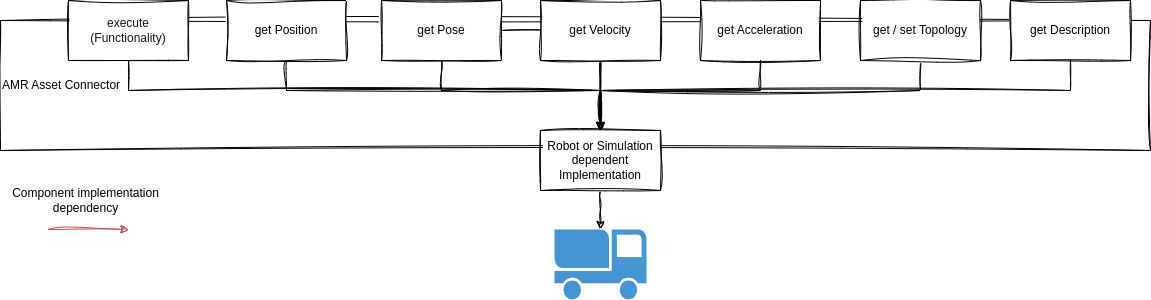
The draw.io diagram applications/docs/img/amr_asset_connector.png in iml130/sola, before a commit. Source tidied: cells renumbered, new cells last; positions are measured from the earlier drawing's top-left corner, leaving out a move shared by most shapes. The source it was exported from:
```xml
<mxGraphModel>
  <root>
    <mxCell id="0" />
    <mxCell id="1" parent="0" />
    <mxCell id="2" value="AMR Asset Connector" style="rounded=0;whiteSpace=wrap;html=1;verticalAlign=middle;align=left;sketch=1;curveFitting=1;jiggle=2;" parent="1" vertex="1">
      <mxGeometry y="20" width="1150" height="130" as="geometry" />
    </mxCell>
    <mxCell id="3" style="edgeStyle=orthogonalEdgeStyle;rounded=0;jettySize=auto;html=1;sketch=1;curveFitting=1;jiggle=2;" parent="1" edge="1" source="4" target="11">
      <mxGeometry relative="1" as="geometry">
        <Array as="points">
          <mxPoint x="128" y="90" />
          <mxPoint x="600" y="90" />
        </Array>
      </mxGeometry>
    </mxCell>
    <mxCell id="4" value="&lt;font color=&quot;#141417&quot;&gt;execute (Functionality)&lt;br&gt;&lt;/font&gt;" style="rounded=0;whiteSpace=wrap;html=1;sketch=1;curveFitting=1;jiggle=2;" parent="1" vertex="1">
      <mxGeometry x="68" width="120" height="60" as="geometry" />
    </mxCell>
    <mxCell id="5" style="edgeStyle=orthogonalEdgeStyle;rounded=0;jettySize=auto;html=1;sketch=1;curveFitting=1;jiggle=2;" parent="1" edge="1" source="6" target="11">
      <mxGeometry relative="1" as="geometry">
        <Array as="points">
          <mxPoint x="286" y="90" />
          <mxPoint x="600" y="90" />
        </Array>
      </mxGeometry>
    </mxCell>
    <mxCell id="6" value="get Position" style="rounded=0;whiteSpace=wrap;html=1;sketch=1;curveFitting=1;jiggle=2;" parent="1" vertex="1">
      <mxGeometry x="226" width="120" height="60" as="geometry" />
    </mxCell>
    <mxCell id="7" style="edgeStyle=orthogonalEdgeStyle;rounded=0;jettySize=auto;html=1;sketch=1;curveFitting=1;jiggle=2;" parent="1" edge="1" source="9" target="11">
      <mxGeometry relative="1" as="geometry" />
    </mxCell>
    <mxCell id="8" style="edgeStyle=orthogonalEdgeStyle;rounded=0;jettySize=auto;html=1;entryX=0.5;entryY=0;entryDx=0;entryDy=0;sketch=1;curveFitting=1;jiggle=2;" parent="1" edge="1" source="9" target="11">
      <mxGeometry relative="1" as="geometry">
        <Array as="points">
          <mxPoint x="441" y="90" />
          <mxPoint x="600" y="90" />
        </Array>
      </mxGeometry>
    </mxCell>
    <mxCell id="9" value="get Pose" style="rounded=0;whiteSpace=wrap;html=1;sketch=1;curveFitting=1;jiggle=2;" parent="1" vertex="1">
      <mxGeometry x="381" width="120" height="60" as="geometry" />
    </mxCell>
    <mxCell id="10" style="edgeStyle=orthogonalEdgeStyle;rounded=0;jettySize=auto;html=1;sketch=1;curveFitting=1;jiggle=2;" parent="1" edge="1" source="11" target="14">
      <mxGeometry relative="1" as="geometry" />
    </mxCell>
    <mxCell id="11" value="Robot or Simulation dependent Implementation" style="rounded=0;whiteSpace=wrap;html=1;sketch=1;curveFitting=1;jiggle=2;" parent="1" vertex="1">
      <mxGeometry x="540" y="130" width="120" height="60" as="geometry" />
    </mxCell>
    <mxCell id="12" style="orthogonalLoop=1;jettySize=auto;html=1;sketch=1;curveFitting=1;jiggle=2;fillColor=#f8cecc;strokeColor=#b85450;rounded=0;" parent="1" edge="1">
      <mxGeometry relative="1" as="geometry">
        <mxPoint x="47.4" y="229" as="sourcePoint" />
        <mxPoint x="128.4" y="229" as="targetPoint" />
      </mxGeometry>
    </mxCell>
    <mxCell id="13" value="Component implementation &lt;br&gt;dependency" style="text;html=1;align=center;verticalAlign=middle;strokeColor=none;fillColor=none;" parent="1" vertex="1">
      <mxGeometry y="180" width="170" height="40" as="geometry" />
    </mxCell>
    <mxCell id="14" style="shadow=0;dashed=0;html=1;strokeColor=none;fillColor=#4495D1;labelPosition=center;verticalLabelPosition=bottom;verticalAlign=top;align=center;outlineConnect=0;shape=mxgraph.veeam.transportation;strokeWidth=1;perimeterSpacing=0;" parent="1" vertex="1">
      <mxGeometry x="554" y="229" width="92" height="70" as="geometry" />
    </mxCell>
    <mxCell id="15" style="edgeStyle=orthogonalEdgeStyle;rounded=0;jettySize=auto;html=1;sketch=1;curveFitting=1;jiggle=2;" parent="1" edge="1" source="16" target="11">
      <mxGeometry relative="1" as="geometry">
        <Array as="points">
          <mxPoint x="600" y="90" />
          <mxPoint x="600" y="90" />
        </Array>
      </mxGeometry>
    </mxCell>
    <mxCell id="16" value="get Velocity" style="rounded=0;whiteSpace=wrap;html=1;sketch=1;curveFitting=1;jiggle=2;" parent="1" vertex="1">
      <mxGeometry x="540" width="120" height="60" as="geometry" />
    </mxCell>
    <mxCell id="17" style="edgeStyle=orthogonalEdgeStyle;rounded=0;jettySize=auto;html=1;sketch=1;curveFitting=1;jiggle=2;" parent="1" edge="1" source="18" target="11">
      <mxGeometry relative="1" as="geometry">
        <Array as="points">
          <mxPoint x="760" y="90" />
          <mxPoint x="600" y="90" />
        </Array>
      </mxGeometry>
    </mxCell>
    <mxCell id="18" value="get Acceleration" style="rounded=0;whiteSpace=wrap;html=1;sketch=1;curveFitting=1;jiggle=2;" parent="1" vertex="1">
      <mxGeometry x="700" width="120" height="60" as="geometry" />
    </mxCell>
    <mxCell id="19" style="edgeStyle=orthogonalEdgeStyle;rounded=0;jettySize=auto;html=1;sketch=1;curveFitting=1;jiggle=2;" parent="1" edge="1" source="20" target="11">
      <mxGeometry relative="1" as="geometry">
        <Array as="points">
          <mxPoint x="920" y="90" />
          <mxPoint x="600" y="90" />
        </Array>
      </mxGeometry>
    </mxCell>
    <mxCell id="20" value="get / set Topology" style="rounded=0;whiteSpace=wrap;html=1;sketch=1;curveFitting=1;jiggle=2;" parent="1" vertex="1">
      <mxGeometry x="860" width="120" height="60" as="geometry" />
    </mxCell>
    <mxCell id="21" style="edgeStyle=orthogonalEdgeStyle;rounded=0;jettySize=auto;html=1;sketch=1;curveFitting=1;jiggle=2;" parent="1" edge="1" source="22" target="11">
      <mxGeometry relative="1" as="geometry">
        <Array as="points">
          <mxPoint x="1070" y="90" />
          <mxPoint x="600" y="90" />
        </Array>
      </mxGeometry>
    </mxCell>
    <mxCell id="22" value="get Description" style="rounded=0;whiteSpace=wrap;html=1;sketch=1;curveFitting=1;jiggle=2;" parent="1" vertex="1">
      <mxGeometry x="1010" width="120" height="60" as="geometry" />
    </mxCell>
  </root>
</mxGraphModel>
```
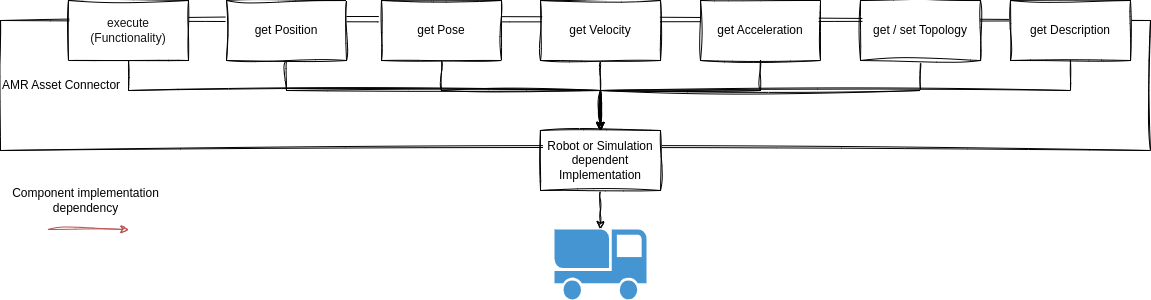
After the commit.

Change to the diagram source:
```diff
@@ -5,7 +5,7 @@
     <mxCell id="2" value="AMR Asset Connector" style="rounded=0;whiteSpace=wrap;html=1;verticalAlign=middle;align=left;sketch=1;curveFitting=1;jiggle=2;" parent="1" vertex="1">
       <mxGeometry y="20" width="1150" height="130" as="geometry" />
     </mxCell>
-    <mxCell id="3" style="edgeStyle=orthogonalEdgeStyle;rounded=0;jettySize=auto;html=1;sketch=1;curveFitting=1;jiggle=2;" parent="1" edge="1" source="4" target="11">
+    <mxCell id="3" style="edgeStyle=orthogonalEdgeStyle;jettySize=auto;html=1;sketch=1;curveFitting=1;jiggle=2;rounded=0;" parent="1" edge="1" source="4" target="11">
       <mxGeometry relative="1" as="geometry">
         <Array as="points">
           <mxPoint x="128" y="90" />
@@ -16,7 +16,7 @@
     <mxCell id="4" value="&lt;font color=&quot;#141417&quot;&gt;execute (Functionality)&lt;br&gt;&lt;/font&gt;" style="rounded=0;whiteSpace=wrap;html=1;sketch=1;curveFitting=1;jiggle=2;" parent="1" vertex="1">
       <mxGeometry x="68" width="120" height="60" as="geometry" />
     </mxCell>
-    <mxCell id="5" style="edgeStyle=orthogonalEdgeStyle;rounded=0;jettySize=auto;html=1;sketch=1;curveFitting=1;jiggle=2;" parent="1" edge="1" source="6" target="11">
+    <mxCell id="5" style="edgeStyle=orthogonalEdgeStyle;jettySize=auto;html=1;sketch=1;curveFitting=1;jiggle=2;rounded=0;" parent="1" edge="1" source="6" target="11">
       <mxGeometry relative="1" as="geometry">
         <Array as="points">
           <mxPoint x="286" y="90" />
@@ -27,10 +27,7 @@
     <mxCell id="6" value="get Position" style="rounded=0;whiteSpace=wrap;html=1;sketch=1;curveFitting=1;jiggle=2;" parent="1" vertex="1">
       <mxGeometry x="226" width="120" height="60" as="geometry" />
     </mxCell>
-    <mxCell id="7" style="edgeStyle=orthogonalEdgeStyle;rounded=0;jettySize=auto;html=1;sketch=1;curveFitting=1;jiggle=2;" parent="1" edge="1" source="9" target="11">
-      <mxGeometry relative="1" as="geometry" />
-    </mxCell>
-    <mxCell id="8" style="edgeStyle=orthogonalEdgeStyle;rounded=0;jettySize=auto;html=1;entryX=0.5;entryY=0;entryDx=0;entryDy=0;sketch=1;curveFitting=1;jiggle=2;" parent="1" edge="1" source="9" target="11">
+    <mxCell id="8" style="edgeStyle=orthogonalEdgeStyle;jettySize=auto;html=1;entryX=0.5;entryY=0;entryDx=0;entryDy=0;sketch=1;curveFitting=1;jiggle=2;rounded=0;" parent="1" edge="1" source="9" target="11">
       <mxGeometry relative="1" as="geometry">
         <Array as="points">
           <mxPoint x="441" y="90" />
@@ -53,13 +50,13 @@
         <mxPoint x="128.4" y="229" as="targetPoint" />
       </mxGeometry>
     </mxCell>
-    <mxCell id="13" value="Component implementation &lt;br&gt;dependency" style="text;html=1;align=center;verticalAlign=middle;strokeColor=none;fillColor=none;" parent="1" vertex="1">
+    <mxCell id="13" value="Component implementation &lt;br&gt;dependency" style="text;html=1;align=center;verticalAlign=middle;strokeColor=none;fillColor=none;rounded=0;" parent="1" vertex="1">
       <mxGeometry y="180" width="170" height="40" as="geometry" />
     </mxCell>
-    <mxCell id="14" style="shadow=0;dashed=0;html=1;strokeColor=none;fillColor=#4495D1;labelPosition=center;verticalLabelPosition=bottom;verticalAlign=top;align=center;outlineConnect=0;shape=mxgraph.veeam.transportation;strokeWidth=1;perimeterSpacing=0;" parent="1" vertex="1">
+    <mxCell id="14" style="shadow=0;dashed=0;html=1;strokeColor=none;fillColor=#4495D1;labelPosition=center;verticalLabelPosition=bottom;verticalAlign=top;align=center;outlineConnect=0;shape=mxgraph.veeam.transportation;strokeWidth=1;perimeterSpacing=0;rounded=0;" parent="1" vertex="1">
       <mxGeometry x="554" y="229" width="92" height="70" as="geometry" />
     </mxCell>
-    <mxCell id="15" style="edgeStyle=orthogonalEdgeStyle;rounded=0;jettySize=auto;html=1;sketch=1;curveFitting=1;jiggle=2;" parent="1" edge="1" source="16" target="11">
+    <mxCell id="15" style="edgeStyle=orthogonalEdgeStyle;jettySize=auto;html=1;sketch=1;curveFitting=1;jiggle=2;rounded=0;" parent="1" edge="1" source="16" target="11">
       <mxGeometry relative="1" as="geometry">
         <Array as="points">
           <mxPoint x="600" y="90" />
@@ -70,7 +67,7 @@
     <mxCell id="16" value="get Velocity" style="rounded=0;whiteSpace=wrap;html=1;sketch=1;curveFitting=1;jiggle=2;" parent="1" vertex="1">
       <mxGeometry x="540" width="120" height="60" as="geometry" />
     </mxCell>
-    <mxCell id="17" style="edgeStyle=orthogonalEdgeStyle;rounded=0;jettySize=auto;html=1;sketch=1;curveFitting=1;jiggle=2;" parent="1" edge="1" source="18" target="11">
+    <mxCell id="17" style="edgeStyle=orthogonalEdgeStyle;jettySize=auto;html=1;sketch=1;curveFitting=1;jiggle=2;rounded=0;" parent="1" edge="1" source="18" target="11">
       <mxGeometry relative="1" as="geometry">
         <Array as="points">
           <mxPoint x="760" y="90" />
@@ -81,7 +78,7 @@
     <mxCell id="18" value="get Acceleration" style="rounded=0;whiteSpace=wrap;html=1;sketch=1;curveFitting=1;jiggle=2;" parent="1" vertex="1">
       <mxGeometry x="700" width="120" height="60" as="geometry" />
     </mxCell>
-    <mxCell id="19" style="edgeStyle=orthogonalEdgeStyle;rounded=0;jettySize=auto;html=1;sketch=1;curveFitting=1;jiggle=2;" parent="1" edge="1" source="20" target="11">
+    <mxCell id="19" style="edgeStyle=orthogonalEdgeStyle;jettySize=auto;html=1;sketch=1;curveFitting=1;jiggle=2;rounded=0;" parent="1" edge="1" source="20" target="11">
       <mxGeometry relative="1" as="geometry">
         <Array as="points">
           <mxPoint x="920" y="90" />
@@ -92,7 +89,7 @@
     <mxCell id="20" value="get / set Topology" style="rounded=0;whiteSpace=wrap;html=1;sketch=1;curveFitting=1;jiggle=2;" parent="1" vertex="1">
       <mxGeometry x="860" width="120" height="60" as="geometry" />
     </mxCell>
-    <mxCell id="21" style="edgeStyle=orthogonalEdgeStyle;rounded=0;jettySize=auto;html=1;sketch=1;curveFitting=1;jiggle=2;" parent="1" edge="1" source="22" target="11">
+    <mxCell id="21" style="edgeStyle=orthogonalEdgeStyle;jettySize=auto;html=1;sketch=1;curveFitting=1;jiggle=2;rounded=0;" parent="1" edge="1" source="22" target="11">
       <mxGeometry relative="1" as="geometry">
         <Array as="points">
           <mxPoint x="1070" y="90" />
```
